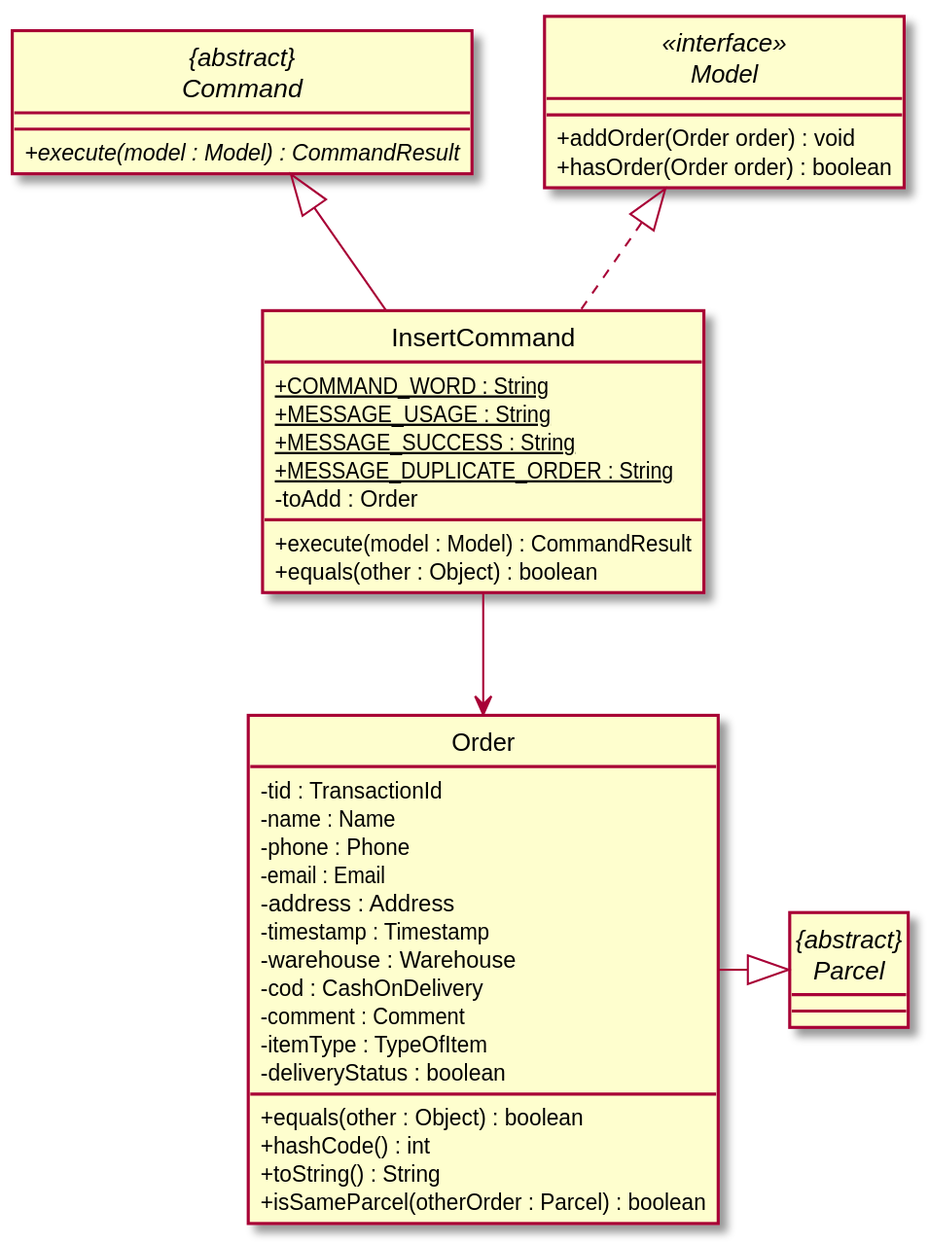
The PlantUML diagram docs/images/InsertClassDiagram.svg in nus-cs2103-AY1920S2/addressbook-level3, before a commit.
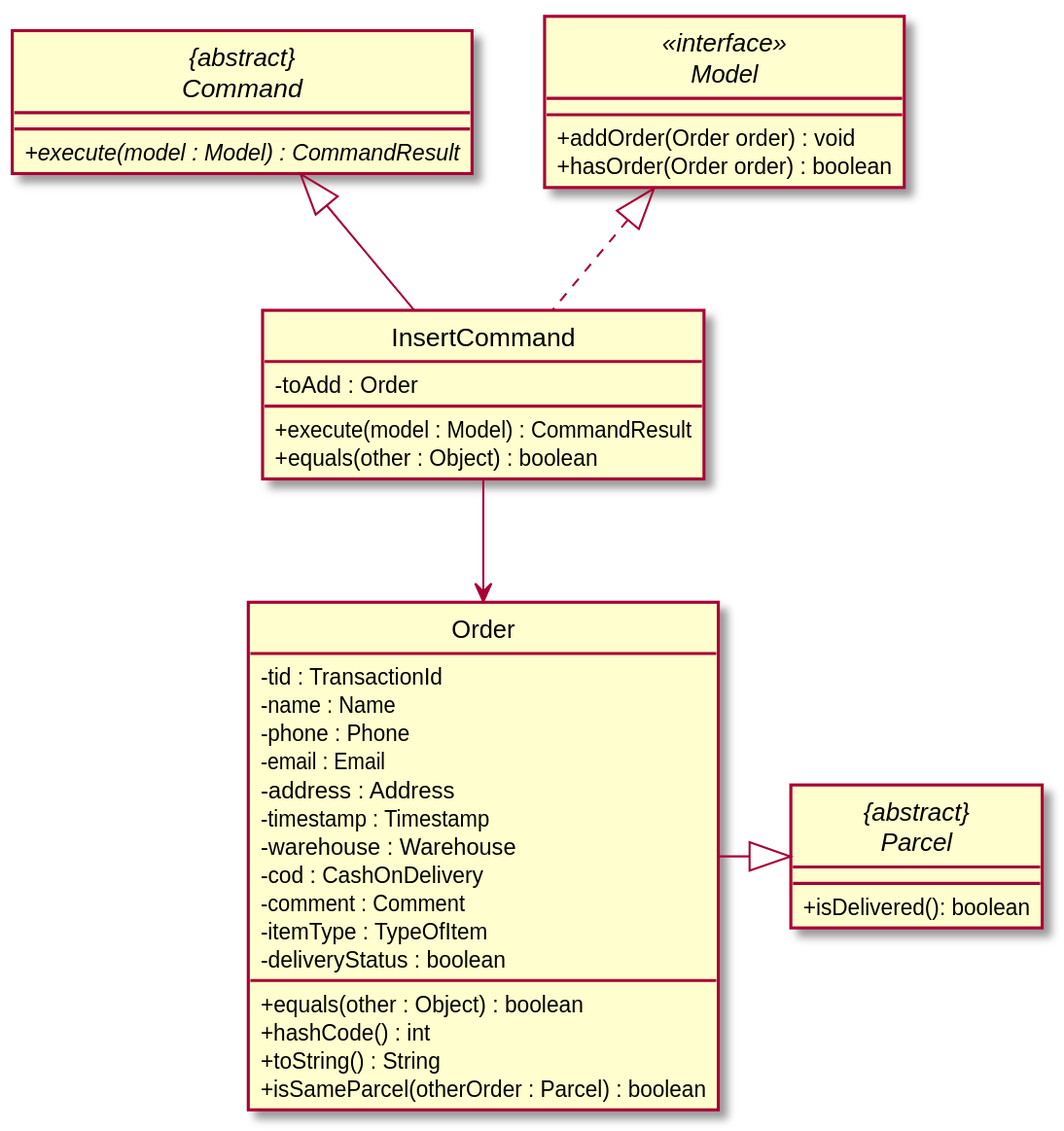
After the change.

Diff of the diagram source:
```diff
@@ -13,7 +13,7 @@
 }
 
 abstract class "{abstract}\nParcel" {
-
+    + isDelivered(): boolean
 }
 
 class Order {
@@ -36,10 +36,6 @@
 }
 
 class InsertCommand implements Model {
-    + {static} COMMAND_WORD : String
-    + {static} MESSAGE_USAGE : String
-    + {static} MESSAGE_SUCCESS : String
-    + {static} MESSAGE_DUPLICATE_ORDER : String
     - toAdd : Order
 
     + execute(model : Model) : CommandResult
```
